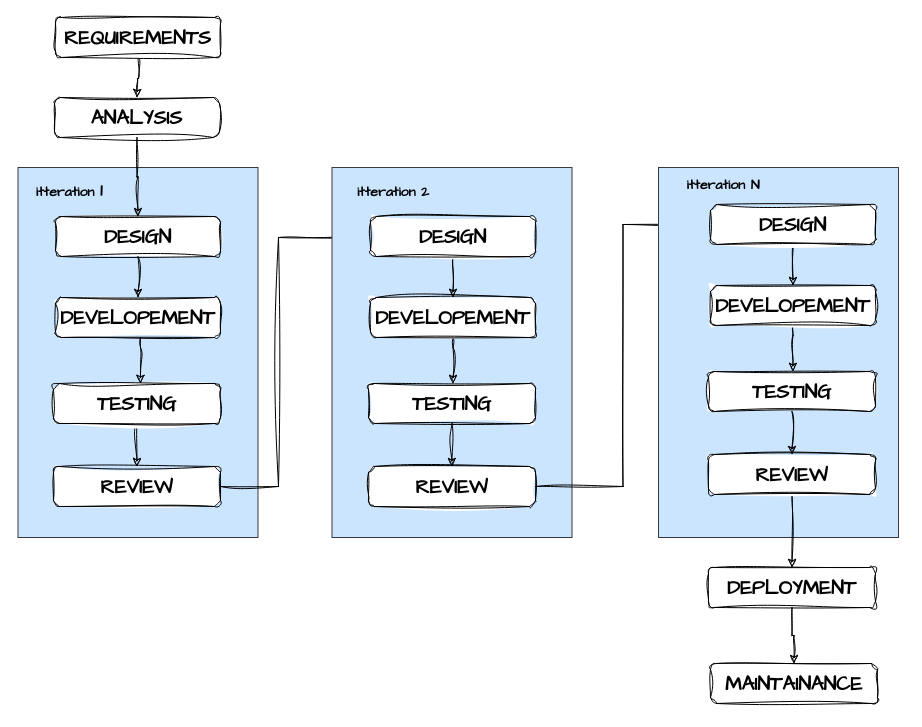
The draw.io diagram Untitled Diagram.drawio in bhatkt71/bhatkt71, before the edit. Source tidied: cells renumbered, new cells numbered last; positions are measured from the earlier drawing's top-left corner, leaving out a move shared by most shapes. Both pictures are drawn from the tidied source at 100%, with x=0, y=0 at pixel (18, 17).
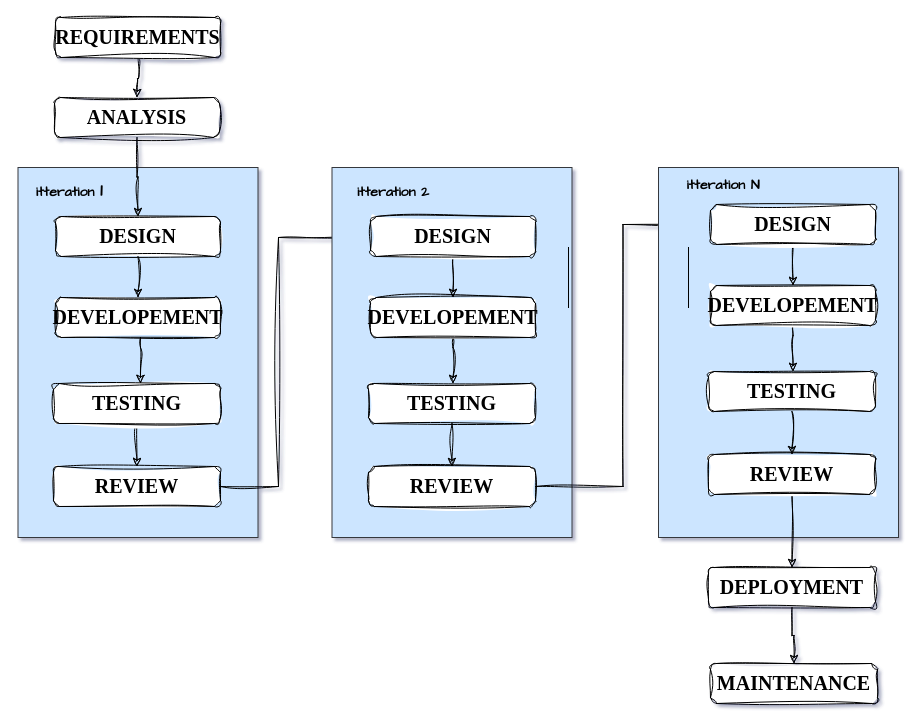
Above is the later version.

What changed in the source:
```diff
@@
-<mxGraphModel background="#ffffff">
+<mxGraphModel background="#ffffff" shadow="1">
@@
-    <mxCell id="4" value="&lt;b&gt;REVIEW&lt;/b&gt;" style="rounded=1;whiteSpace=wrap;html=1;sketch=1;hachureGap=4;jiggle=2;curveFitting=1;fontFamily=Architects Daughter;fontSize=20;" parent="1" vertex="1">
+    <mxCell id="4" value="&lt;b&gt;&lt;font face=&quot;Times New Roman&quot;&gt;REVIEW&lt;/font&gt;&lt;/b&gt;" style="rounded=1;whiteSpace=wrap;html=1;sketch=1;hachureGap=4;jiggle=2;curveFitting=1;fontFamily=Architects Daughter;fontSize=20;" parent="1" vertex="1">
       <mxGeometry x="35" y="449" width="167" height="40" as="geometry" />
     </mxCell>
@@
-    <mxCell id="6" value="&lt;b&gt;TESTING&lt;/b&gt;" style="rounded=1;whiteSpace=wrap;html=1;sketch=1;hachureGap=4;jiggle=2;curveFitting=1;fontFamily=Architects Daughter;fontSize=20;" parent="1" vertex="1">
+    <mxCell id="6" value="&lt;b&gt;&lt;font face=&quot;Times New Roman&quot;&gt;TESTING&lt;/font&gt;&lt;/b&gt;" style="rounded=1;whiteSpace=wrap;html=1;sketch=1;hachureGap=4;jiggle=2;curveFitting=1;fontFamily=Architects Daughter;fontSize=20;" parent="1" vertex="1">
       <mxGeometry x="35" y="366" width="167" height="40" as="geometry" />
     </mxCell>
@@
-    <mxCell id="8" value="&lt;b&gt;DEVELOPEMENT&lt;/b&gt;" style="rounded=1;whiteSpace=wrap;html=1;sketch=1;hachureGap=4;jiggle=2;curveFitting=1;fontFamily=Architects Daughter;fontSize=20;" parent="1" vertex="1">
+    <mxCell id="8" value="&lt;b&gt;&lt;font face=&quot;Times New Roman&quot;&gt;DEVELOPEMENT&lt;/font&gt;&lt;/b&gt;" style="rounded=1;whiteSpace=wrap;html=1;sketch=1;hachureGap=4;jiggle=2;curveFitting=1;fontFamily=Architects Daughter;fontSize=20;" parent="1" vertex="1">
       <mxGeometry x="37" y="280" width="165" height="40" as="geometry" />
     </mxCell>
@@
-    <mxCell id="10" value="&lt;b&gt;DESIGN&lt;/b&gt;" style="rounded=1;whiteSpace=wrap;html=1;sketch=1;hachureGap=4;jiggle=2;curveFitting=1;fontFamily=Architects Daughter;fontSize=20;" parent="1" vertex="1">
+    <mxCell id="10" value="&lt;b&gt;&lt;font face=&quot;Times New Roman&quot;&gt;DESIGN&lt;/font&gt;&lt;/b&gt;" style="rounded=1;whiteSpace=wrap;html=1;sketch=1;hachureGap=4;jiggle=2;curveFitting=1;fontFamily=Architects Daughter;fontSize=20;" parent="1" vertex="1">
       <mxGeometry x="37" y="199" width="165" height="40" as="geometry" />
     </mxCell>
@@
-    <mxCell id="14" value="&lt;b&gt;REVIEW&lt;/b&gt;" style="rounded=1;whiteSpace=wrap;html=1;sketch=1;hachureGap=4;jiggle=2;curveFitting=1;fontFamily=Architects Daughter;fontSize=20;" parent="1" vertex="1">
+    <mxCell id="14" value="&lt;b&gt;&lt;font face=&quot;Times New Roman&quot;&gt;REVIEW&lt;/font&gt;&lt;/b&gt;" style="rounded=1;whiteSpace=wrap;html=1;sketch=1;hachureGap=4;jiggle=2;curveFitting=1;fontFamily=Architects Daughter;fontSize=20;" parent="1" vertex="1">
       <mxGeometry x="350" y="449" width="167" height="40" as="geometry" />
     </mxCell>
@@
-    <mxCell id="16" value="&lt;b&gt;TESTING&lt;/b&gt;" style="rounded=1;whiteSpace=wrap;html=1;sketch=1;hachureGap=4;jiggle=2;curveFitting=1;fontFamily=Architects Daughter;fontSize=20;" parent="1" vertex="1">
+    <mxCell id="16" value="&lt;b&gt;&lt;font face=&quot;Times New Roman&quot;&gt;TESTING&lt;/font&gt;&lt;/b&gt;" style="rounded=1;whiteSpace=wrap;html=1;sketch=1;hachureGap=4;jiggle=2;curveFitting=1;fontFamily=Architects Daughter;fontSize=20;" parent="1" vertex="1">
       <mxGeometry x="350" y="366" width="167" height="40" as="geometry" />
     </mxCell>
@@
-    <mxCell id="18" value="&lt;b&gt;DEVELOPEMENT&lt;/b&gt;" style="rounded=1;whiteSpace=wrap;html=1;sketch=1;hachureGap=4;jiggle=2;curveFitting=1;fontFamily=Architects Daughter;fontSize=20;" parent="1" vertex="1">
+    <mxCell id="18" value="&lt;b&gt;&lt;font face=&quot;Times New Roman&quot;&gt;DEVELOPEMENT&lt;/font&gt;&lt;/b&gt;" style="rounded=1;whiteSpace=wrap;html=1;sketch=1;hachureGap=4;jiggle=2;curveFitting=1;fontFamily=Architects Daughter;fontSize=20;" parent="1" vertex="1">
       <mxGeometry x="352" y="280" width="165" height="40" as="geometry" />
     </mxCell>
@@
-    <mxCell id="20" value="&lt;b&gt;DESIGN&lt;/b&gt;" style="rounded=1;whiteSpace=wrap;html=1;sketch=1;hachureGap=4;jiggle=2;curveFitting=1;fontFamily=Architects Daughter;fontSize=20;" parent="1" vertex="1">
+    <mxCell id="20" value="&lt;b&gt;&lt;font face=&quot;Times New Roman&quot;&gt;DESIGN&lt;/font&gt;&lt;/b&gt;" style="rounded=1;whiteSpace=wrap;html=1;sketch=1;hachureGap=4;jiggle=2;curveFitting=1;fontFamily=Architects Daughter;fontSize=20;" parent="1" vertex="1">
       <mxGeometry x="352" y="199" width="165" height="40" as="geometry" />
     </mxCell>
@@
-    <mxCell id="23" value="&lt;b&gt;REVIEW&lt;/b&gt;" style="rounded=1;whiteSpace=wrap;html=1;sketch=1;hachureGap=4;jiggle=2;curveFitting=1;fontFamily=Architects Daughter;fontSize=20;" parent="1" vertex="1">
+    <mxCell id="23" value="&lt;b&gt;&lt;font face=&quot;Times New Roman&quot;&gt;REVIEW&lt;/font&gt;&lt;/b&gt;" style="rounded=1;whiteSpace=wrap;html=1;sketch=1;hachureGap=4;jiggle=2;curveFitting=1;fontFamily=Architects Daughter;fontSize=20;" parent="1" vertex="1">
       <mxGeometry x="690" y="437" width="167" height="40" as="geometry" />
     </mxCell>
@@
-    <mxCell id="25" value="&lt;b&gt;TESTING&lt;/b&gt;" style="rounded=1;whiteSpace=wrap;html=1;sketch=1;hachureGap=4;jiggle=2;curveFitting=1;fontFamily=Architects Daughter;fontSize=20;" parent="1" vertex="1">
+    <mxCell id="25" value="&lt;b&gt;&lt;font face=&quot;Times New Roman&quot;&gt;TESTING&lt;/font&gt;&lt;/b&gt;" style="rounded=1;whiteSpace=wrap;html=1;sketch=1;hachureGap=4;jiggle=2;curveFitting=1;fontFamily=Architects Daughter;fontSize=20;" parent="1" vertex="1">
       <mxGeometry x="690" y="354" width="167" height="40" as="geometry" />
     </mxCell>
@@
-    <mxCell id="27" value="&lt;b&gt;DEVELOPEMENT&lt;/b&gt;" style="rounded=1;whiteSpace=wrap;html=1;sketch=1;hachureGap=4;jiggle=2;curveFitting=1;fontFamily=Architects Daughter;fontSize=20;" parent="1" vertex="1">
+    <mxCell id="27" value="&lt;b&gt;&lt;font face=&quot;Times New Roman&quot;&gt;DEVELOPEMENT&lt;/font&gt;&lt;/b&gt;" style="rounded=1;whiteSpace=wrap;html=1;sketch=1;hachureGap=4;jiggle=2;curveFitting=1;fontFamily=Architects Daughter;fontSize=20;" parent="1" vertex="1">
       <mxGeometry x="692" y="268" width="165" height="40" as="geometry" />
     </mxCell>
@@
-    <mxCell id="29" value="&lt;b&gt;DESIGN&lt;/b&gt;" style="rounded=1;whiteSpace=wrap;html=1;sketch=1;hachureGap=4;jiggle=2;curveFitting=1;fontFamily=Architects Daughter;fontSize=20;" parent="1" vertex="1">
+    <mxCell id="29" value="&lt;b&gt;&lt;font face=&quot;Times New Roman&quot;&gt;DESIGN&lt;/font&gt;&lt;/b&gt;" style="rounded=1;whiteSpace=wrap;html=1;sketch=1;hachureGap=4;jiggle=2;curveFitting=1;fontFamily=Architects Daughter;fontSize=20;" parent="1" vertex="1">
       <mxGeometry x="692" y="187" width="165" height="40" as="geometry" />
     </mxCell>
@@
-    <mxCell id="33" value="&lt;b&gt;ANALYSIS&lt;/b&gt;" style="rounded=1;whiteSpace=wrap;html=1;sketch=1;hachureGap=4;jiggle=2;curveFitting=1;fontFamily=Architects Daughter;fontSize=20;" parent="1" vertex="1">
+    <mxCell id="33" value="&lt;b&gt;&lt;font face=&quot;Times New Roman&quot;&gt;ANALYSIS&lt;/font&gt;&lt;/b&gt;" style="rounded=1;whiteSpace=wrap;html=1;sketch=1;hachureGap=4;jiggle=2;curveFitting=1;fontFamily=Architects Daughter;fontSize=20;" parent="1" vertex="1">
       <mxGeometry x="36" y="80" width="165" height="40" as="geometry" />
     </mxCell>
@@
-    <mxCell id="35" value="&lt;b&gt;REQUIREMENTS&lt;/b&gt;" style="rounded=1;whiteSpace=wrap;html=1;sketch=1;hachureGap=4;jiggle=2;curveFitting=1;fontFamily=Architects Daughter;fontSize=20;" parent="1" vertex="1">
+    <mxCell id="35" value="&lt;b&gt;&lt;font face=&quot;Times New Roman&quot;&gt;REQUIREMENTS&lt;/font&gt;&lt;/b&gt;" style="rounded=1;whiteSpace=wrap;html=1;sketch=1;hachureGap=4;jiggle=2;curveFitting=1;fontFamily=Architects Daughter;fontSize=20;" parent="1" vertex="1">
       <mxGeometry x="37" width="165" height="40" as="geometry" />
     </mxCell>
@@
-    <mxCell id="37" value="&lt;b&gt;DEPLOYMENT&lt;/b&gt;" style="rounded=1;whiteSpace=wrap;html=1;sketch=1;hachureGap=4;jiggle=2;curveFitting=1;fontFamily=Architects Daughter;fontSize=20;" parent="1" vertex="1">
+    <mxCell id="37" value="&lt;b&gt;&lt;font face=&quot;Times New Roman&quot;&gt;DEPLOYMENT&lt;/font&gt;&lt;/b&gt;" style="rounded=1;whiteSpace=wrap;html=1;sketch=1;hachureGap=4;jiggle=2;curveFitting=1;fontFamily=Architects Daughter;fontSize=20;" parent="1" vertex="1">
       <mxGeometry x="690" y="550" width="167" height="40" as="geometry" />
     </mxCell>
-    <mxCell id="38" value="&lt;b&gt;MAINTAINANCE&lt;/b&gt;" style="rounded=1;whiteSpace=wrap;html=1;sketch=1;hachureGap=4;jiggle=2;curveFitting=1;fontFamily=Architects Daughter;fontSize=20;" parent="1" vertex="1">
+    <mxCell id="38" value="&lt;b&gt;&lt;font face=&quot;Times New Roman&quot;&gt;MAINTENANCE&lt;/font&gt;&lt;/b&gt;" style="rounded=1;whiteSpace=wrap;html=1;sketch=1;hachureGap=4;jiggle=2;curveFitting=1;fontFamily=Architects Daughter;fontSize=20;" parent="1" vertex="1">
       <mxGeometry x="692" y="646" width="167" height="40" as="geometry" />
     </mxCell>
+    <mxCell id="39" style="shape=partialRectangle;whiteSpace=wrap;html=1;top=0;bottom=0;fillColor=none;" parent="1" vertex="1">
+      <mxGeometry x="550" y="230" width="120" height="60" as="geometry" />
+    </mxCell>
```
